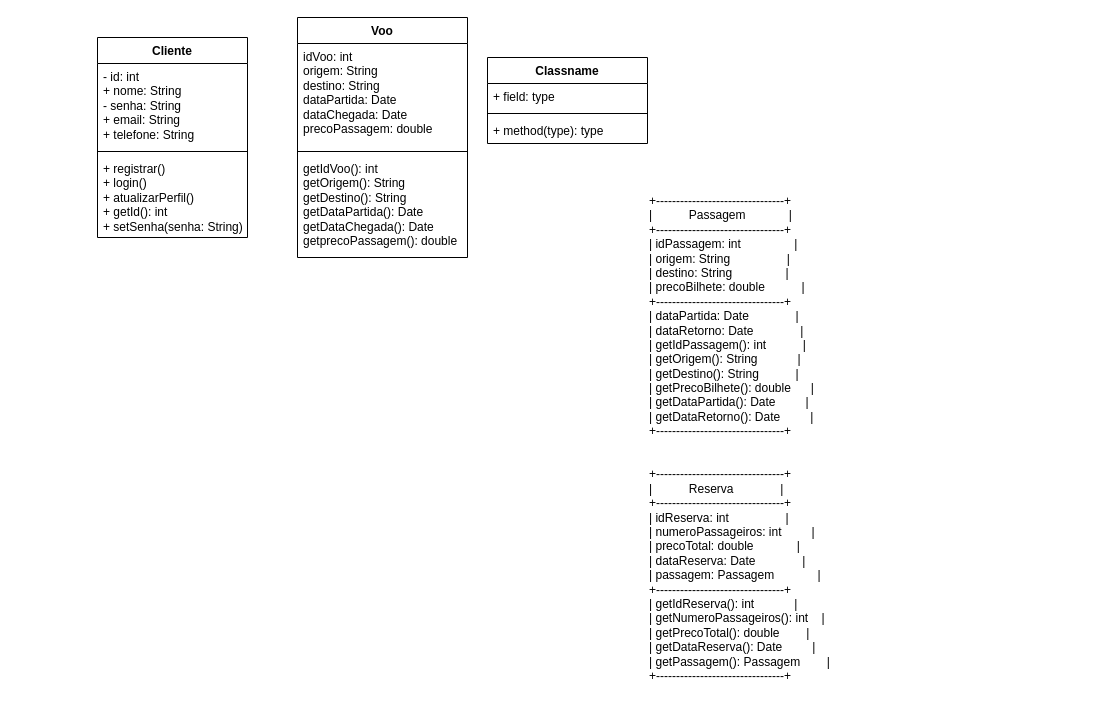
PatsFerrer/uml_teste keeps this draw.io diagram as Diagrama sem nome.drawio. Above is the earlier version. Source tidied: cells renumbered, new cells numbered last; positions are measured from the earlier drawing's top-left corner, leaving out a move shared by most shapes. Both pictures are drawn from the tidied source at 100%, with x=0, y=0 at pixel (97, 17).
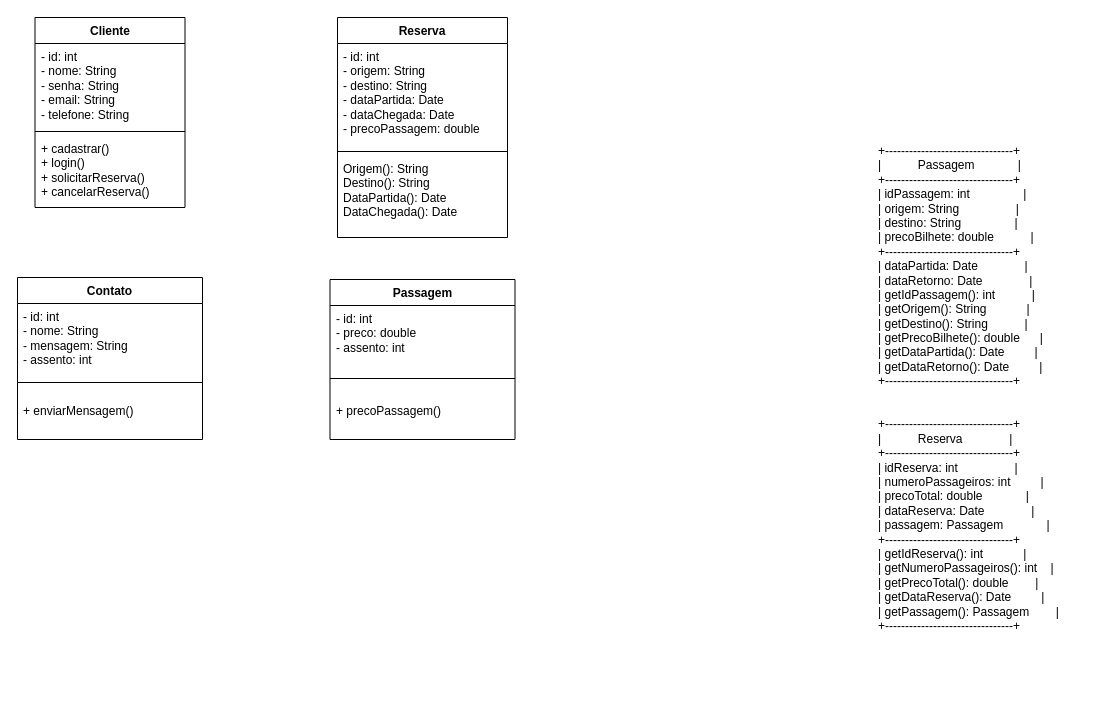
Above is the later version.

Diff of the diagram source:
```diff
@@
 <mxGraphModel>
   <root>
     <mxCell id="0" />
     <mxCell id="1" parent="0" />
     <mxCell id="2" value="Cliente                 " style="swimlane;fontStyle=1;align=center;verticalAlign=top;horizontal=1;startSize=26;whiteSpace=wrap;html=1;" parent="1" vertex="1">
-      <mxGeometry y="20" width="150" height="200" as="geometry" />
+      <mxGeometry x="-62.5" width="150" height="190" as="geometry" />
     </mxCell>
-    <mxCell id="3" value="&lt;font style=&quot;font-size: 12px;&quot;&gt;- id: int&lt;br&gt;+ nome: String&lt;br style=&quot;border-color: var(--border-color); padding: 0px; margin: 0px;&quot;&gt;- senha: String&lt;br style=&quot;border-color: var(--border-color); padding: 0px; margin: 0px;&quot;&gt;+ email: String&lt;br style=&quot;border-color: var(--border-color); padding: 0px; margin: 0px;&quot;&gt;+ telefone: String&lt;/font&gt;" style="text;strokeColor=none;fillColor=none;align=left;verticalAlign=top;spacingLeft=4;spacingRight=4;overflow=hidden;whiteSpace=wrap;html=1;" parent="2" vertex="1">
+    <mxCell id="3" value="&lt;font style=&quot;font-size: 12px;&quot;&gt;- id: int&lt;br&gt;- nome: String&lt;br style=&quot;border-color: var(--border-color); padding: 0px; margin: 0px;&quot;&gt;- senha: String&lt;br style=&quot;border-color: var(--border-color); padding: 0px; margin: 0px;&quot;&gt;- email: String&lt;br style=&quot;border-color: var(--border-color); padding: 0px; margin: 0px;&quot;&gt;- telefone: String&lt;/font&gt;" style="text;strokeColor=none;fillColor=none;align=left;verticalAlign=top;spacingLeft=4;spacingRight=4;overflow=hidden;whiteSpace=wrap;html=1;" parent="2" vertex="1">
       <mxGeometry y="26" width="150" height="84" as="geometry" />
     </mxCell>
     <mxCell id="4" style="line;strokeWidth=1;fillColor=none;align=left;verticalAlign=middle;spacingTop=-1;spacingLeft=3;spacingRight=3;labelPosition=right;strokeColor=inherit;" parent="2" vertex="1">
       <mxGeometry y="110" width="150" height="8" as="geometry" />
     </mxCell>
-    <mxCell id="5" value="+ registrar()&amp;nbsp; &amp;nbsp; &amp;nbsp; &amp;nbsp; &amp;nbsp; &amp;nbsp; &amp;nbsp; &amp;nbsp; &amp;nbsp;&amp;nbsp;&lt;br style=&quot;border-color: var(--border-color); padding: 0px; margin: 0px;&quot;&gt;+ login()&amp;nbsp; &amp;nbsp; &amp;nbsp; &amp;nbsp; &amp;nbsp; &amp;nbsp; &amp;nbsp; &amp;nbsp; &amp;nbsp; &amp;nbsp; &amp;nbsp;&amp;nbsp;&lt;br style=&quot;border-color: var(--border-color); padding: 0px; margin: 0px;&quot;&gt;+ atualizarPerfil()&amp;nbsp; &amp;nbsp; &amp;nbsp;&amp;nbsp;&lt;br style=&quot;border-color: var(--border-color); padding: 0px; margin: 0px;&quot;&gt;+ getId(): int&amp;nbsp; &amp;nbsp; &amp;nbsp; &amp;nbsp; &amp;nbsp;&amp;nbsp;&lt;br style=&quot;border-color: var(--border-color); padding: 0px; margin: 0px;&quot;&gt;+ setSenha(senha: String)" style="text;strokeColor=none;fillColor=none;align=left;verticalAlign=top;spacingLeft=4;spacingRight=4;overflow=hidden;whiteSpace=wrap;html=1;" parent="2" vertex="1">
-      <mxGeometry y="118" width="150" height="82" as="geometry" />
+    <mxCell id="5" value="+ cadastrar()&amp;nbsp; &amp;nbsp; &amp;nbsp; &amp;nbsp; &amp;nbsp; &amp;nbsp; &amp;nbsp; &amp;nbsp; &amp;nbsp;&amp;nbsp;&lt;br style=&quot;border-color: var(--border-color); padding: 0px; margin: 0px;&quot;&gt;+ login()&amp;nbsp; &lt;br&gt;+ solicitarReserva()&lt;br&gt;+ cancelarReserva()&amp;nbsp; &amp;nbsp; &amp;nbsp; &amp;nbsp; &amp;nbsp; &amp;nbsp; &amp;nbsp; &amp;nbsp; &amp;nbsp; &amp;nbsp; &amp;nbsp; &amp;nbsp; &amp;nbsp; &amp;nbsp; &amp;nbsp; &amp;nbsp; &amp;nbsp;&amp;nbsp;" style="text;strokeColor=none;fillColor=none;align=left;verticalAlign=top;spacingLeft=4;spacingRight=4;overflow=hidden;whiteSpace=wrap;html=1;" parent="2" vertex="1">
+      <mxGeometry y="118" width="150" height="72" as="geometry" />
     </mxCell>
-    <mxCell id="6" value="Voo" style="swimlane;fontStyle=1;align=center;verticalAlign=top;horizontal=1;startSize=26;whiteSpace=wrap;html=1;" parent="1" vertex="1">
-      <mxGeometry x="200" width="170" height="240" as="geometry" />
+    <mxCell id="6" value="Reserva" style="swimlane;fontStyle=1;align=center;verticalAlign=top;horizontal=1;startSize=26;whiteSpace=wrap;html=1;" parent="1" vertex="1">
+      <mxGeometry x="240" width="170" height="220" as="geometry" />
     </mxCell>
-    <mxCell id="7" value="&lt;font style=&quot;font-size: 12px;&quot;&gt;idVoo: &lt;span style=&quot;border: 0px solid rgb(217, 217, 227); box-sizing: border-box; --tw-border-spacing-x: 0; --tw-border-spacing-y: 0; --tw-translate-x: 0; --tw-translate-y: 0; --tw-rotate: 0; --tw-skew-x: 0; --tw-skew-y: 0; --tw-scale-x: 1; --tw-scale-y: 1; --tw-pan-x: ; --tw-pan-y: ; --tw-pinch-zoom: ; --tw-scroll-snap-strictness: proximity; --tw-gradient-from-position: ; --tw-gradient-via-position: ; --tw-gradient-to-position: ; --tw-ordinal: ; --tw-slashed-zero: ; --tw-numeric-figure: ; --tw-numeric-spacing: ; --tw-numeric-fraction: ; --tw-ring-inset: ; --tw-ring-offset-width: 0px; --tw-ring-offset-color: #fff; --tw-ring-color: rgba(69,89,164,.5); --tw-ring-offset-shadow: 0 0 transparent; --tw-ring-shadow: 0 0 transparent; --tw-shadow: 0 0 transparent; --tw-shadow-colored: 0 0 transparent; --tw-blur: ; --tw-brightness: ; --tw-contrast: ; --tw-grayscale: ; --tw-hue-rotate: ; --tw-invert: ; --tw-saturate: ; --tw-sepia: ; --tw-drop-shadow: ; --tw-backdrop-blur: ; --tw-backdrop-brightness: ; --tw-backdrop-contrast: ; --tw-backdrop-grayscale: ; --tw-backdrop-hue-rotate: ; --tw-backdrop-invert: ; --tw-backdrop-opacity: ; --tw-backdrop-saturate: ; --tw-backdrop-sepia: ;&quot; class=&quot;hljs-type&quot;&gt;int&lt;/span&gt;&lt;br&gt;origem: String&lt;br&gt;destino: String&lt;br&gt;dataPartida: &lt;span style=&quot;border: 0px solid rgb(217, 217, 227); box-sizing: border-box; --tw-border-spacing-x: 0; --tw-border-spacing-y: 0; --tw-translate-x: 0; --tw-translate-y: 0; --tw-rotate: 0; --tw-skew-x: 0; --tw-skew-y: 0; --tw-scale-x: 1; --tw-scale-y: 1; --tw-pan-x: ; --tw-pan-y: ; --tw-pinch-zoom: ; --tw-scroll-snap-strictness: proximity; --tw-gradient-from-position: ; --tw-gradient-via-position: ; --tw-gradient-to-position: ; --tw-ordinal: ; --tw-slashed-zero: ; --tw-numeric-figure: ; --tw-numeric-spacing: ; --tw-numeric-fraction: ; --tw-ring-inset: ; --tw-ring-offset-width: 0px; --tw-ring-offset-color: #fff; --tw-ring-color: rgba(69,89,164,.5); --tw-ring-offset-shadow: 0 0 transparent; --tw-ring-shadow: 0 0 transparent; --tw-shadow: 0 0 transparent; --tw-shadow-colored: 0 0 transparent; --tw-blur: ; --tw-brightness: ; --tw-contrast: ; --tw-grayscale: ; --tw-hue-rotate: ; --tw-invert: ; --tw-saturate: ; --tw-sepia: ; --tw-drop-shadow: ; --tw-backdrop-blur: ; --tw-backdrop-brightness: ; --tw-backdrop-contrast: ; --tw-backdrop-grayscale: ; --tw-backdrop-hue-rotate: ; --tw-backdrop-invert: ; --tw-backdrop-opacity: ; --tw-backdrop-saturate: ; --tw-backdrop-sepia: ;&quot; class=&quot;hljs-type&quot;&gt;Date&lt;/span&gt;&lt;br&gt;dataChegada: &lt;span style=&quot;border: 0px solid rgb(217, 217, 227); box-sizing: border-box; --tw-border-spacing-x: 0; --tw-border-spacing-y: 0; --tw-translate-x: 0; --tw-translate-y: 0; --tw-rotate: 0; --tw-skew-x: 0; --tw-skew-y: 0; --tw-scale-x: 1; --tw-scale-y: 1; --tw-pan-x: ; --tw-pan-y: ; --tw-pinch-zoom: ; --tw-scroll-snap-strictness: proximity; --tw-gradient-from-position: ; --tw-gradient-via-position: ; --tw-gradient-to-position: ; --tw-ordinal: ; --tw-slashed-zero: ; --tw-numeric-figure: ; --tw-numeric-spacing: ; --tw-numeric-fraction: ; --tw-ring-inset: ; --tw-ring-offset-width: 0px; --tw-ring-offset-color: #fff; --tw-ring-color: rgba(69,89,164,.5); --tw-ring-offset-shadow: 0 0 transparent; --tw-ring-shadow: 0 0 transparent; --tw-shadow: 0 0 transparent; --tw-shadow-colored: 0 0 transparent; --tw-blur: ; --tw-brightness: ; --tw-contrast: ; --tw-grayscale: ; --tw-hue-rotate: ; --tw-invert: ; --tw-saturate: ; --tw-sepia: ; --tw-drop-shadow: ; --tw-backdrop-blur: ; --tw-backdrop-brightness: ; --tw-backdrop-contrast: ; --tw-backdrop-grayscale: ; --tw-backdrop-hue-rotate: ; --tw-backdrop-invert: ; --tw-backdrop-opacity: ; --tw-backdrop-saturate: ; --tw-backdrop-sepia: ;&quot; class=&quot;hljs-type&quot;&gt;Date&lt;/span&gt;&lt;br&gt;precoPassagem: &lt;span style=&quot;border: 0px solid rgb(217, 217, 227); box-sizing: border-box; --tw-border-spacing-x: 0; --tw-border-spacing-y: 0; --tw-translate-x: 0; --tw-translate-y: 0; --tw-rotate: 0; --tw-skew-x: 0; --tw-skew-y: 0; --tw-scale-x: 1; --tw-scale-y: 1; --tw-pan-x: ; --tw-pan-y: ; --tw-pinch-zoom: ; --tw-scroll-snap-strictness: proximity; --tw-gradient-from-position: ; --tw-gradient-via-position: ; --tw-gradient-to-position: ; --tw-ordinal: ; --tw-slashed-zero: ; --tw-numeric-figure: ; --tw-numeric-spacing: ; --tw-numeric-fraction: ; --tw-ring-inset: ; --tw-ring-offset-width: 0px; --tw-ring-offset-color: #fff; --tw-ring-color: rgba(69,89,164,.5); --tw-ring-offset-shadow: 0 0 transparent; --tw-ring-shadow: 0 0 transparent; --tw-shadow: 0 0 transparent; --tw-shadow-colored: 0 0 transparent; --tw-blur: ; --tw-brightness: ; --tw-contrast: ; --tw-grayscale: ; --tw-hue-rotate: ; --tw-invert: ; --tw-saturate: ; --tw-sepia: ; --tw-drop-shadow: ; --tw-backdrop-blur: ; --tw-backdrop-brightness: ; --tw-backdrop-contrast: ; --tw-backdrop-grayscale: ; --tw-backdrop-hue-rotate: ; --tw-backdrop-invert: ; --tw-backdrop-opacity: ; --tw-backdrop-saturate: ; --tw-backdrop-sepia: ;&quot; class=&quot;hljs-keyword&quot;&gt;double&lt;/span&gt;&lt;/font&gt;" style="text;strokeColor=none;fillColor=none;align=left;verticalAlign=top;spacingLeft=4;spacingRight=4;overflow=hidden;whiteSpace=wrap;html=1;" parent="6" vertex="1">
+    <mxCell id="7" value="&lt;font style=&quot;font-size: 12px;&quot;&gt;- id: &lt;span style=&quot;border: 0px solid rgb(217, 217, 227); box-sizing: border-box; --tw-border-spacing-x: 0; --tw-border-spacing-y: 0; --tw-translate-x: 0; --tw-translate-y: 0; --tw-rotate: 0; --tw-skew-x: 0; --tw-skew-y: 0; --tw-scale-x: 1; --tw-scale-y: 1; --tw-pan-x: ; --tw-pan-y: ; --tw-pinch-zoom: ; --tw-scroll-snap-strictness: proximity; --tw-gradient-from-position: ; --tw-gradient-via-position: ; --tw-gradient-to-position: ; --tw-ordinal: ; --tw-slashed-zero: ; --tw-numeric-figure: ; --tw-numeric-spacing: ; --tw-numeric-fraction: ; --tw-ring-inset: ; --tw-ring-offset-width: 0px; --tw-ring-offset-color: #fff; --tw-ring-color: rgba(69,89,164,.5); --tw-ring-offset-shadow: 0 0 transparent; --tw-ring-shadow: 0 0 transparent; --tw-shadow: 0 0 transparent; --tw-shadow-colored: 0 0 transparent; --tw-blur: ; --tw-brightness: ; --tw-contrast: ; --tw-grayscale: ; --tw-hue-rotate: ; --tw-invert: ; --tw-saturate: ; --tw-sepia: ; --tw-drop-shadow: ; --tw-backdrop-blur: ; --tw-backdrop-brightness: ; --tw-backdrop-contrast: ; --tw-backdrop-grayscale: ; --tw-backdrop-hue-rotate: ; --tw-backdrop-invert: ; --tw-backdrop-opacity: ; --tw-backdrop-saturate: ; --tw-backdrop-sepia: ;&quot; class=&quot;hljs-type&quot;&gt;int&lt;/span&gt;&lt;br&gt;- origem: String&lt;br&gt;- destino: String&lt;br&gt;- dataPartida: &lt;span style=&quot;border: 0px solid rgb(217, 217, 227); box-sizing: border-box; --tw-border-spacing-x: 0; --tw-border-spacing-y: 0; --tw-translate-x: 0; --tw-translate-y: 0; --tw-rotate: 0; --tw-skew-x: 0; --tw-skew-y: 0; --tw-scale-x: 1; --tw-scale-y: 1; --tw-pan-x: ; --tw-pan-y: ; --tw-pinch-zoom: ; --tw-scroll-snap-strictness: proximity; --tw-gradient-from-position: ; --tw-gradient-via-position: ; --tw-gradient-to-position: ; --tw-ordinal: ; --tw-slashed-zero: ; --tw-numeric-figure: ; --tw-numeric-spacing: ; --tw-numeric-fraction: ; --tw-ring-inset: ; --tw-ring-offset-width: 0px; --tw-ring-offset-color: #fff; --tw-ring-color: rgba(69,89,164,.5); --tw-ring-offset-shadow: 0 0 transparent; --tw-ring-shadow: 0 0 transparent; --tw-shadow: 0 0 transparent; --tw-shadow-colored: 0 0 transparent; --tw-blur: ; --tw-brightness: ; --tw-contrast: ; --tw-grayscale: ; --tw-hue-rotate: ; --tw-invert: ; --tw-saturate: ; --tw-sepia: ; --tw-drop-shadow: ; --tw-backdrop-blur: ; --tw-backdrop-brightness: ; --tw-backdrop-contrast: ; --tw-backdrop-grayscale: ; --tw-backdrop-hue-rotate: ; --tw-backdrop-invert: ; --tw-backdrop-opacity: ; --tw-backdrop-saturate: ; --tw-backdrop-sepia: ;&quot; class=&quot;hljs-type&quot;&gt;Date&lt;/span&gt;&lt;br&gt;- dataChegada: &lt;span style=&quot;border: 0px solid rgb(217, 217, 227); box-sizing: border-box; --tw-border-spacing-x: 0; --tw-border-spacing-y: 0; --tw-translate-x: 0; --tw-translate-y: 0; --tw-rotate: 0; --tw-skew-x: 0; --tw-skew-y: 0; --tw-scale-x: 1; --tw-scale-y: 1; --tw-pan-x: ; --tw-pan-y: ; --tw-pinch-zoom: ; --tw-scroll-snap-strictness: proximity; --tw-gradient-from-position: ; --tw-gradient-via-position: ; --tw-gradient-to-position: ; --tw-ordinal: ; --tw-slashed-zero: ; --tw-numeric-figure: ; --tw-numeric-spacing: ; --tw-numeric-fraction: ; --tw-ring-inset: ; --tw-ring-offset-width: 0px; --tw-ring-offset-color: #fff; --tw-ring-color: rgba(69,89,164,.5); --tw-ring-offset-shadow: 0 0 transparent; --tw-ring-shadow: 0 0 transparent; --tw-shadow: 0 0 transparent; --tw-shadow-colored: 0 0 transparent; --tw-blur: ; --tw-brightness: ; --tw-contrast: ; --tw-grayscale: ; --tw-hue-rotate: ; --tw-invert: ; --tw-saturate: ; --tw-sepia: ; --tw-drop-shadow: ; --tw-backdrop-blur: ; --tw-backdrop-brightness: ; --tw-backdrop-contrast: ; --tw-backdrop-grayscale: ; --tw-backdrop-hue-rotate: ; --tw-backdrop-invert: ; --tw-backdrop-opacity: ; --tw-backdrop-saturate: ; --tw-backdrop-sepia: ;&quot; class=&quot;hljs-type&quot;&gt;Date&lt;/span&gt;&lt;br&gt;- precoPassagem: &lt;span style=&quot;border: 0px solid rgb(217, 217, 227); box-sizing: border-box; --tw-border-spacing-x: 0; --tw-border-spacing-y: 0; --tw-translate-x: 0; --tw-translate-y: 0; --tw-rotate: 0; --tw-skew-x: 0; --tw-skew-y: 0; --tw-scale-x: 1; --tw-scale-y: 1; --tw-pan-x: ; --tw-pan-y: ; --tw-pinch-zoom: ; --tw-scroll-snap-strictness: proximity; --tw-gradient-from-position: ; --tw-gradient-via-position: ; --tw-gradient-to-position: ; --tw-ordinal: ; --tw-slashed-zero: ; --tw-numeric-figure: ; --tw-numeric-spacing: ; --tw-numeric-fraction: ; --tw-ring-inset: ; --tw-ring-offset-width: 0px; --tw-ring-offset-color: #fff; --tw-ring-color: rgba(69,89,164,.5); --tw-ring-offset-shadow: 0 0 transparent; --tw-ring-shadow: 0 0 transparent; --tw-shadow: 0 0 transparent; --tw-shadow-colored: 0 0 transparent; --tw-blur: ; --tw-brightness: ; --tw-contrast: ; --tw-grayscale: ; --tw-hue-rotate: ; --tw-invert: ; --tw-saturate: ; --tw-sepia: ; --tw-drop-shadow: ; --tw-backdrop-blur: ; --tw-backdrop-brightness: ; --tw-backdrop-contrast: ; --tw-backdrop-grayscale: ; --tw-backdrop-hue-rotate: ; --tw-backdrop-invert: ; --tw-backdrop-opacity: ; --tw-backdrop-saturate: ; --tw-backdrop-sepia: ;&quot; class=&quot;hljs-keyword&quot;&gt;double&lt;/span&gt;&lt;/font&gt;" style="text;strokeColor=none;fillColor=none;align=left;verticalAlign=top;spacingLeft=4;spacingRight=4;overflow=hidden;whiteSpace=wrap;html=1;" parent="6" vertex="1">
       <mxGeometry y="26" width="170" height="104" as="geometry" />
     </mxCell>
     <mxCell id="8" style="line;strokeWidth=1;fillColor=none;align=left;verticalAlign=middle;spacingTop=-1;spacingLeft=3;spacingRight=3;labelPosition=right;strokeColor=inherit;" parent="6" vertex="1">
       <mxGeometry y="130" width="170" height="8" as="geometry" />
     </mxCell>
-    <mxCell id="9" value="&lt;div&gt;getIdVoo(): int&lt;/div&gt;&lt;div&gt;getOrigem(): String&lt;/div&gt;&lt;div&gt;getDestino(): String&lt;/div&gt;&lt;div&gt;getDataPartida(): Date&lt;/div&gt;&lt;div&gt;getDataChegada(): Date&lt;/div&gt;&lt;div&gt;getprecoPassagem&lt;span style=&quot;background-color: initial;&quot;&gt;(): double&lt;/span&gt;&lt;br&gt;&lt;/div&gt;" style="text;strokeColor=none;fillColor=none;align=left;verticalAlign=top;spacingLeft=4;spacingRight=4;overflow=hidden;whiteSpace=wrap;html=1;" parent="6" vertex="1">
-      <mxGeometry y="138" width="170" height="102" as="geometry" />
+    <mxCell id="9" value="&lt;div&gt;&lt;span style=&quot;background-color: initial;&quot;&gt;Origem(): String&lt;/span&gt;&lt;br&gt;&lt;/div&gt;&lt;div&gt;Destino(): String&lt;/div&gt;&lt;div&gt;DataPartida(): Date&lt;/div&gt;&lt;div&gt;DataChegada(): Date&lt;/div&gt;&lt;div&gt;&lt;br&gt;&lt;/div&gt;" style="text;strokeColor=none;fillColor=none;align=left;verticalAlign=top;spacingLeft=4;spacingRight=4;overflow=hidden;whiteSpace=wrap;html=1;" parent="6" vertex="1">
+      <mxGeometry y="138" width="170" height="82" as="geometry" />
     </mxCell>
-    <mxCell id="10" value="Classname" style="swimlane;fontStyle=1;align=center;verticalAlign=top;horizontal=1;startSize=26;whiteSpace=wrap;html=1;" parent="1" vertex="1">
-      <mxGeometry x="390" y="40" width="160" height="86" as="geometry" />
+    <mxCell id="10" value="Passagem" style="swimlane;fontStyle=1;align=center;verticalAlign=top;horizontal=1;startSize=26;whiteSpace=wrap;html=1;" parent="1" vertex="1">
+      <mxGeometry x="232.5" y="262" width="185" height="160" as="geometry" />
     </mxCell>
-    <mxCell id="11" value="+ field: type" style="text;strokeColor=none;fillColor=none;align=left;verticalAlign=top;spacingLeft=4;spacingRight=4;overflow=hidden;whiteSpace=wrap;html=1;" parent="10" vertex="1">
-      <mxGeometry y="26" width="160" height="26" as="geometry" />
+    <mxCell id="11" value="- id: int&lt;br&gt;- preco: double&lt;br&gt;- assento: int" style="text;strokeColor=none;fillColor=none;align=left;verticalAlign=top;spacingLeft=4;spacingRight=4;overflow=hidden;whiteSpace=wrap;html=1;" parent="10" vertex="1">
+      <mxGeometry y="26" width="185" height="54" as="geometry" />
     </mxCell>
     <mxCell id="12" style="line;strokeWidth=1;fillColor=none;align=left;verticalAlign=middle;spacingTop=-1;spacingLeft=3;spacingRight=3;labelPosition=right;strokeColor=inherit;" parent="10" vertex="1">
-      <mxGeometry y="52" width="160" height="8" as="geometry" />
+      <mxGeometry y="80" width="185" height="38" as="geometry" />
     </mxCell>
-    <mxCell id="13" value="+ method(type): type" style="text;strokeColor=none;fillColor=none;align=left;verticalAlign=top;spacingLeft=4;spacingRight=4;overflow=hidden;whiteSpace=wrap;html=1;" parent="10" vertex="1">
-      <mxGeometry y="60" width="160" height="26" as="geometry" />
+    <mxCell id="13" value="+ precoPassagem()" style="text;strokeColor=none;fillColor=none;align=left;verticalAlign=top;spacingLeft=4;spacingRight=4;overflow=hidden;whiteSpace=wrap;html=1;" parent="10" vertex="1">
+      <mxGeometry y="118" width="185" height="42" as="geometry" />
     </mxCell>
     <mxCell id="14" value="+--------------------------------+&#10;|           Passagem             |&#10;+--------------------------------+&#10;| idPassagem: int                |&#10;| origem: String                 |&#10;| destino: String                |&#10;| precoBilhete: double           |&#10;+--------------------------------+&#10;| dataPartida: Date              |&#10;| dataRetorno: Date              |&#10;| getIdPassagem(): int           |&#10;| getOrigem(): String            |&#10;| getDestino(): String           |&#10;| getPrecoBilhete(): double      |&#10;| getDataPartida(): Date         |&#10;| getDataRetorno(): Date         |&#10;+--------------------------------+&#10;&#10;&#10;+--------------------------------+&#10;|           Reserva              |&#10;+--------------------------------+&#10;| idReserva: int                 |&#10;| numeroPassageiros: int         |&#10;| precoTotal: double             |&#10;| dataReserva: Date              |&#10;| passagem: Passagem             |&#10;+--------------------------------+&#10;| getIdReserva(): int            |&#10;| getNumeroPassageiros(): int    |&#10;| getPrecoTotal(): double        |&#10;| getDataReserva(): Date         |&#10;| getPassagem(): Passagem        |&#10;+--------------------------------+" style="text;whiteSpace=wrap;" parent="1" vertex="1">
-      <mxGeometry x="550" y="170" width="210" height="510" as="geometry" />
+      <mxGeometry x="779" y="120" width="210" height="510" as="geometry" />
     </mxCell>
+    <mxCell id="15" value="Contato" style="swimlane;fontStyle=1;align=center;verticalAlign=top;horizontal=1;startSize=26;whiteSpace=wrap;html=1;" parent="1" vertex="1">
+      <mxGeometry x="-80" y="260" width="185" height="162" as="geometry" />
+    </mxCell>
+    <mxCell id="16" value="- id: int&lt;br&gt;- nome: String&lt;br&gt;- mensagem: String&lt;br&gt;- assento: int" style="text;strokeColor=none;fillColor=none;align=left;verticalAlign=top;spacingLeft=4;spacingRight=4;overflow=hidden;whiteSpace=wrap;html=1;" parent="15" vertex="1">
+      <mxGeometry y="26" width="185" height="64" as="geometry" />
+    </mxCell>
+    <mxCell id="17" style="line;strokeWidth=1;fillColor=none;align=left;verticalAlign=middle;spacingTop=-1;spacingLeft=3;spacingRight=3;labelPosition=right;strokeColor=inherit;" parent="15" vertex="1">
+      <mxGeometry y="90" width="185" height="30" as="geometry" />
+    </mxCell>
+    <mxCell id="18" value="+ enviarMensagem()" style="text;strokeColor=none;fillColor=none;align=left;verticalAlign=top;spacingLeft=4;spacingRight=4;overflow=hidden;whiteSpace=wrap;html=1;" parent="15" vertex="1">
+      <mxGeometry y="120" width="185" height="42" as="geometry" />
+    </mxCell>
   </root>
 </mxGraphModel>
```
